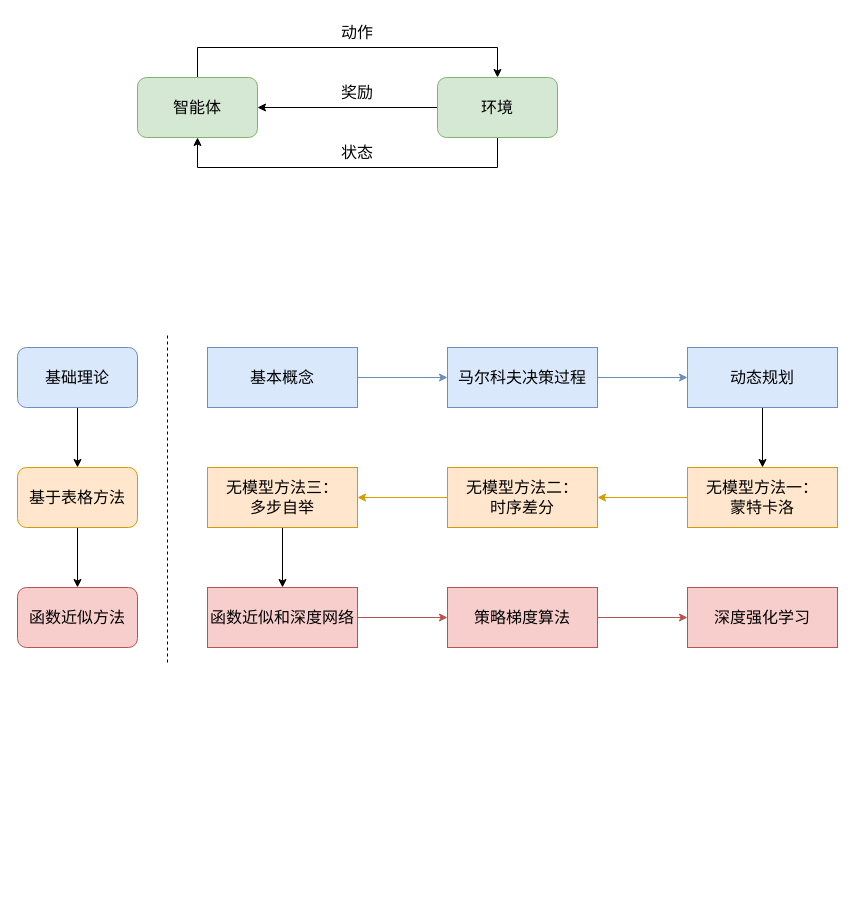
The draw.io diagram rl.drawio in ZiqingYip/moment, before the edit. Source tidied: cells renumbered, new cells numbered last; positions are measured from the earlier drawing's top-left corner, leaving out a move shared by most shapes. Both pictures are drawn from the tidied source at 100%, with x=0, y=0 at pixel (17, 17).
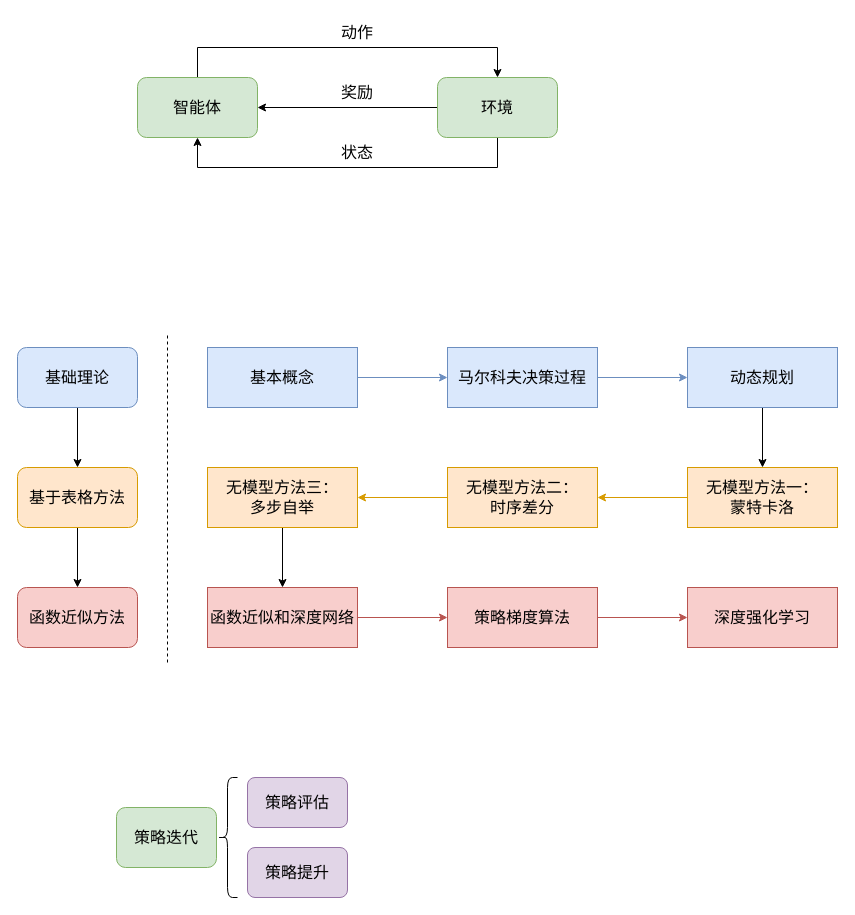
Above is the later version.

The edit, as a diff of the source:
```diff
@@
+    <mxCell id="33" style="shape=curlyBracket;whiteSpace=wrap;html=1;rounded=1;" parent="1" vertex="1">
+      <mxGeometry x="200" y="760" width="20" height="120" as="geometry" />
+    </mxCell>
+    <mxCell id="34" value="策略迭代" style="rounded=1;whiteSpace=wrap;html=1;fontSize=16;fillColor=#d5e8d4;strokeColor=#82b366;" parent="1" vertex="1">
+      <mxGeometry x="99" y="790" width="100" height="60" as="geometry" />
+    </mxCell>
+    <mxCell id="35" value="策略评估" style="rounded=1;whiteSpace=wrap;html=1;fontSize=16;fillColor=#e1d5e7;strokeColor=#9673a6;" parent="1" vertex="1">
+      <mxGeometry x="230" y="760" width="100" height="50" as="geometry" />
+    </mxCell>
+    <mxCell id="36" value="策略提升" style="rounded=1;whiteSpace=wrap;html=1;fontSize=16;fillColor=#e1d5e7;strokeColor=#9673a6;" parent="1" vertex="1">
+      <mxGeometry x="230" y="830" width="100" height="50" as="geometry" />
+    </mxCell>
```
